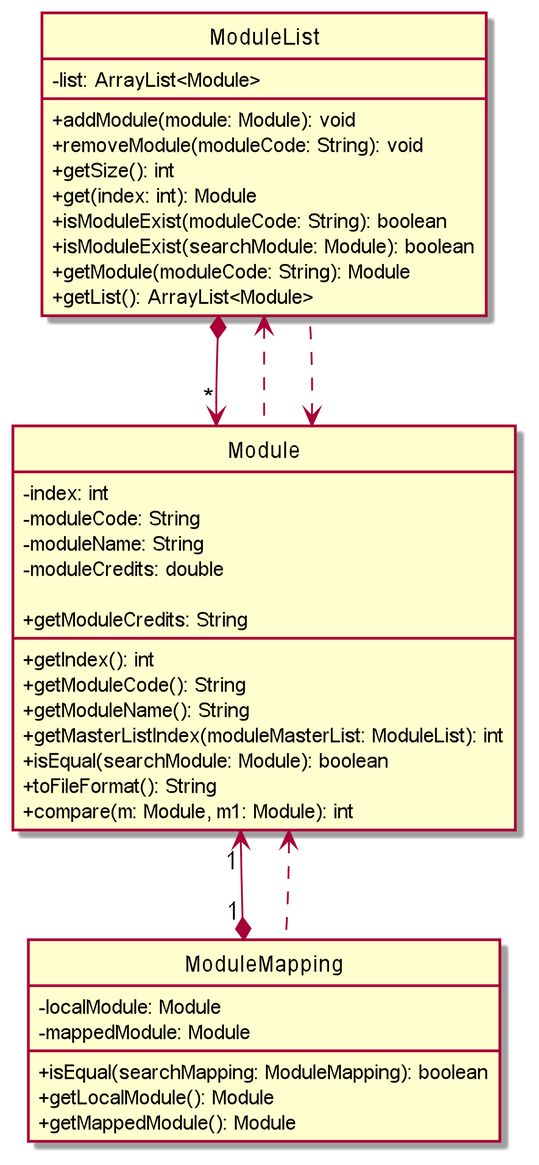
nus-cs2113-AY2122S1/tp keeps this PlantUML diagram as docs/images/modules.png. Above is the earlier version. Its diagram source:
```plantuml
@startuml
hide circle
skinparam classAttributeIconSize 0
skinparam groupInheritance 2

ModuleList *--> "*" Module
Module "1" <--* "1" ModuleMapping
Module <.. ModuleMapping
ModuleList <.. Module
Module <.. ModuleList

Class Module {
    - index: int
    - moduleCode: String
    - moduleName: String
    - moduleCredits: double

    + getIndex(): int
    + getModuleCode(): String
    + getModuleName(): String
    + getModuleCredits: String
    + getMasterListIndex(moduleMasterList: ModuleList): int
    + isEqual(searchModule: Module): boolean
    + toFileFormat(): String
    + compare(m: Module, m1: Module): int
}

class ModuleList {
    - list: ArrayList<Module>

    + addModule(module: Module): void
    + removeModule(moduleCode: String): void
    + getSize(): int
    + get(index: int): Module
    + isModuleExist(moduleCode: String): boolean
    + isModuleExist(searchModule: Module): boolean
    + getModule(moduleCode: String): Module
    + getList(): ArrayList<Module>
}

Class ModuleMapping {
    - localModule: Module
    - mappedModule: Module

    + isEqual(searchMapping: ModuleMapping): boolean
    + getLocalModule(): Module
    + getMappedModule(): Module
}

@enduml
```
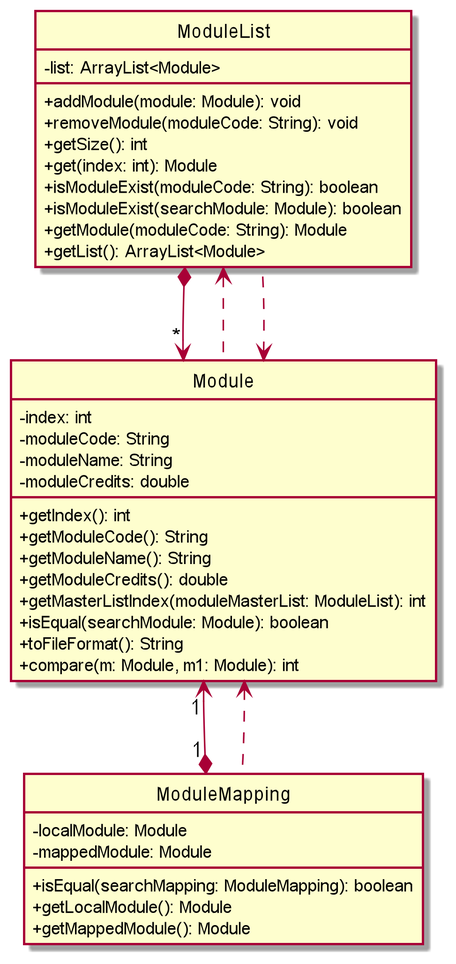
The same file after the commit.

Diff of the diagram source:
```diff
@@ -18,7 +18,7 @@
     + getIndex(): int
     + getModuleCode(): String
     + getModuleName(): String
-    + getModuleCredits: String
+    + getModuleCredits(): double
     + getMasterListIndex(moduleMasterList: ModuleList): int
     + isEqual(searchModule: Module): boolean
     + toFileFormat(): String
```
